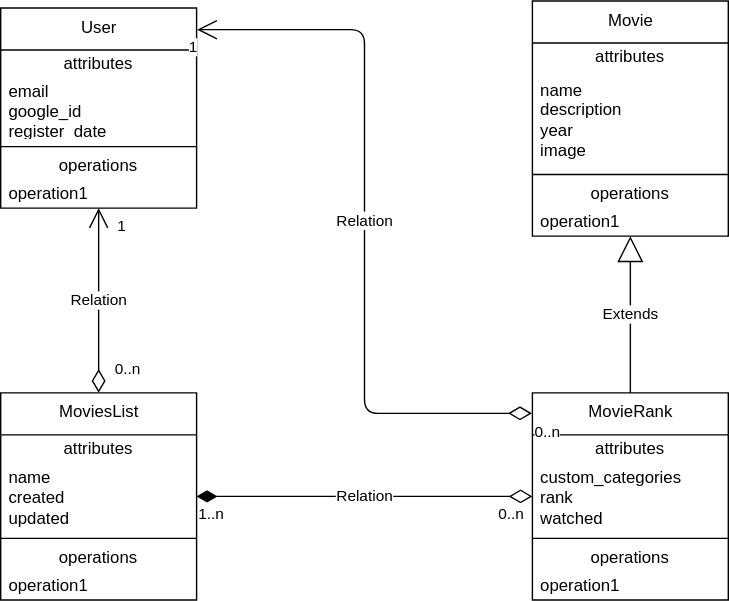
This is MML-Classes.drawio.svg from itamarc/mymovieslist, a draw.io export, as it was before one commit. Source tidied: cells renumbered, new cells last; positions are measured from the earlier drawing's top-left corner, leaving out a move shared by most shapes.
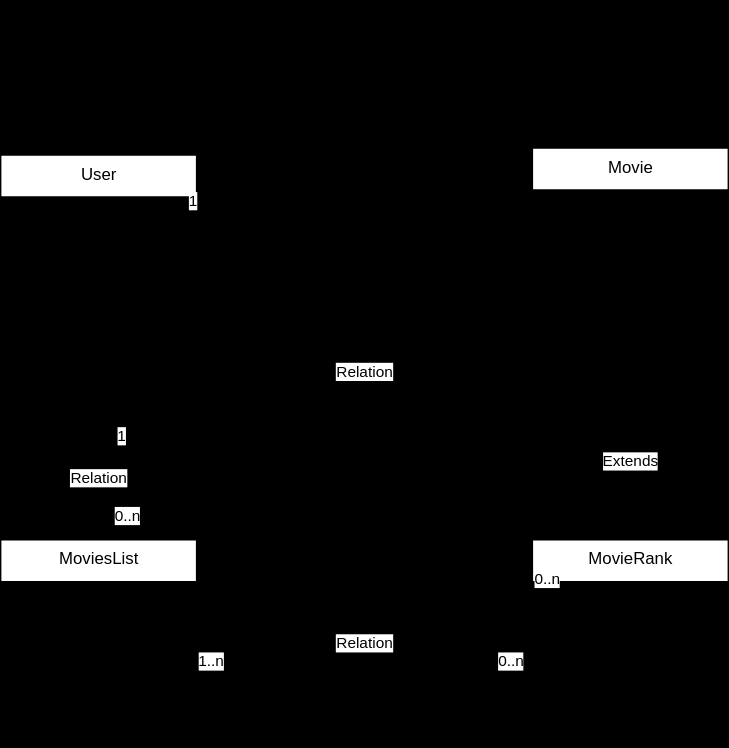
After the change.

Commit message:
Preparing to show the diagram online

What changed in the source:
```diff
@@ -1,24 +1,24 @@
-<mxGraphModel>
+<mxGraphModel background="#000000">
   <root>
     <mxCell id="0" />
     <mxCell id="1" parent="0" />
     <mxCell id="2" value="User" style="swimlane;fontStyle=0;align=center;verticalAlign=top;horizontal=1;startSize=30;html=1;" parent="1" vertex="1">
-      <mxGeometry y="5" width="140" height="143" as="geometry" />
+      <mxGeometry y="5" width="140" height="188" as="geometry" />
     </mxCell>
     <mxCell id="3" value="attributes" style="text;html=1;strokeColor=none;fillColor=none;align=center;verticalAlign=middle;spacingLeft=4;spacingRight=4;overflow=hidden;" parent="2" vertex="1">
       <mxGeometry y="30" width="140" height="20" as="geometry" />
     </mxCell>
-    <mxCell id="4" value="email&lt;br&gt;google_id&lt;br&gt;register_date" style="text;html=1;strokeColor=none;fillColor=none;align=left;verticalAlign=middle;spacingLeft=4;spacingRight=4;overflow=hidden;" parent="2" vertex="1">
-      <mxGeometry y="50" width="140" height="45" as="geometry" />
+    <mxCell id="4" value="name&lt;br&gt;email&lt;br&gt;password&lt;br&gt;google_id&lt;br&gt;avatar_url&lt;br&gt;registered" style="text;html=1;strokeColor=none;fillColor=none;align=left;verticalAlign=middle;spacingLeft=4;spacingRight=4;overflow=hidden;" parent="2" vertex="1">
+      <mxGeometry y="50" width="140" height="90" as="geometry" />
     </mxCell>
     <mxCell id="5" style="line;strokeWidth=1;fillColor=none;align=left;verticalAlign=middle;spacingTop=-1;spacingLeft=3;spacingRight=3;labelPosition=right;" parent="2" vertex="1">
-      <mxGeometry y="95" width="140" height="8" as="geometry" />
+      <mxGeometry y="140" width="140" height="8" as="geometry" />
     </mxCell>
     <mxCell id="6" value="operations" style="text;html=1;strokeColor=none;fillColor=none;align=center;verticalAlign=middle;spacingLeft=4;spacingRight=4;overflow=hidden;" parent="2" vertex="1">
-      <mxGeometry y="103" width="140" height="20" as="geometry" />
+      <mxGeometry y="148" width="140" height="20" as="geometry" />
     </mxCell>
-    <mxCell id="7" value="operation1" style="text;html=1;strokeColor=none;fillColor=none;align=left;verticalAlign=middle;spacingLeft=4;spacingRight=4;overflow=hidden;" parent="2" vertex="1">
-      <mxGeometry y="123" width="140" height="20" as="geometry" />
+    <mxCell id="7" value="CRUD" style="text;html=1;strokeColor=none;fillColor=none;align=left;verticalAlign=middle;spacingLeft=4;spacingRight=4;overflow=hidden;" parent="2" vertex="1">
+      <mxGeometry y="168" width="140" height="20" as="geometry" />
     </mxCell>
     <mxCell id="8" value="MoviesList" style="swimlane;fontStyle=0;align=center;verticalAlign=top;horizontal=1;startSize=30;html=1;" parent="1" vertex="1">
       <mxGeometry y="280" width="140" height="148" as="geometry" />
@@ -35,7 +35,7 @@
     <mxCell id="12" value="operations" style="text;html=1;strokeColor=none;fillColor=none;align=center;verticalAlign=middle;spacingLeft=4;spacingRight=4;overflow=hidden;" parent="8" vertex="1">
       <mxGeometry y="108" width="140" height="20" as="geometry" />
     </mxCell>
-    <mxCell id="13" value="operation1" style="text;html=1;strokeColor=none;fillColor=none;align=left;verticalAlign=middle;spacingLeft=4;spacingRight=4;overflow=hidden;" parent="8" vertex="1">
+    <mxCell id="13" value="CRUD" style="text;html=1;strokeColor=none;fillColor=none;align=left;verticalAlign=middle;spacingLeft=4;spacingRight=4;overflow=hidden;" parent="8" vertex="1">
       <mxGeometry y="128" width="140" height="20" as="geometry" />
     </mxCell>
     <mxCell id="14" value="Movie" style="swimlane;fontStyle=0;align=center;verticalAlign=top;horizontal=1;startSize=30;html=1;" parent="1" vertex="1">
@@ -53,7 +53,7 @@
     <mxCell id="18" value="operations" style="text;html=1;strokeColor=none;fillColor=none;align=center;verticalAlign=middle;spacingLeft=4;spacingRight=4;overflow=hidden;" parent="14" vertex="1">
       <mxGeometry y="128" width="140" height="20" as="geometry" />
     </mxCell>
-    <mxCell id="19" value="operation1" style="text;html=1;strokeColor=none;fillColor=none;align=left;verticalAlign=middle;spacingLeft=4;spacingRight=4;overflow=hidden;" parent="14" vertex="1">
+    <mxCell id="19" value="CR" style="text;html=1;strokeColor=none;fillColor=none;align=left;verticalAlign=middle;spacingLeft=4;spacingRight=4;overflow=hidden;" parent="14" vertex="1">
       <mxGeometry y="148" width="140" height="20" as="geometry" />
     </mxCell>
     <mxCell id="20" value="Relation" style="endArrow=open;html=1;endSize=12;startArrow=diamondThin;startSize=14;startFill=0;edgeStyle=orthogonalEdgeStyle;" parent="1" edge="1" source="8" target="2">
@@ -88,7 +88,7 @@
     <mxCell id="27" value="attributes" style="text;html=1;strokeColor=none;fillColor=none;align=center;verticalAlign=middle;spacingLeft=4;spacingRight=4;overflow=hidden;" parent="26" vertex="1">
       <mxGeometry y="30" width="140" height="20" as="geometry" />
     </mxCell>
-    <mxCell id="28" value="custom_categories&lt;br&gt;rank&lt;br&gt;watched" style="text;html=1;strokeColor=none;fillColor=none;align=left;verticalAlign=middle;spacingLeft=4;spacingRight=4;overflow=hidden;" parent="26" vertex="1">
+    <mxCell id="28" value="rank&lt;br&gt;watched" style="text;html=1;strokeColor=none;fillColor=none;align=left;verticalAlign=middle;spacingLeft=4;spacingRight=4;overflow=hidden;" parent="26" vertex="1">
       <mxGeometry y="50" width="140" height="50" as="geometry" />
     </mxCell>
     <mxCell id="29" style="line;strokeWidth=1;fillColor=none;align=left;verticalAlign=middle;spacingTop=-1;spacingLeft=3;spacingRight=3;labelPosition=right;" parent="26" vertex="1">
@@ -97,7 +97,7 @@
     <mxCell id="30" value="operations" style="text;html=1;strokeColor=none;fillColor=none;align=center;verticalAlign=middle;spacingLeft=4;spacingRight=4;overflow=hidden;" parent="26" vertex="1">
       <mxGeometry y="108" width="140" height="20" as="geometry" />
     </mxCell>
-    <mxCell id="31" value="operation1" style="text;html=1;strokeColor=none;fillColor=none;align=left;verticalAlign=middle;spacingLeft=4;spacingRight=4;overflow=hidden;" parent="26" vertex="1">
+    <mxCell id="31" value="CRUD" style="text;html=1;strokeColor=none;fillColor=none;align=left;verticalAlign=middle;spacingLeft=4;spacingRight=4;overflow=hidden;" parent="26" vertex="1">
       <mxGeometry y="128" width="140" height="20" as="geometry" />
     </mxCell>
     <mxCell id="32" value="Extends" style="endArrow=block;endSize=16;endFill=0;html=1;" parent="1" edge="1" source="26" target="14">
@@ -112,5 +112,11 @@
     <mxCell id="35" value="1" style="edgeLabel;html=1;align=right;verticalAlign=top;" parent="33" vertex="1">
       <mxGeometry x="1" relative="1" as="geometry" />
     </mxCell>
+    <mxCell id="36" value="My Movies List" style="text;html=1;strokeColor=none;fillColor=none;align=center;verticalAlign=middle;whiteSpace=wrap;rounded=0;fontStyle=1;fontSize=25;" parent="1" vertex="1">
+      <mxGeometry y="-105" width="520" height="30" as="geometry" />
+    </mxCell>
+    <mxCell id="37" value="Classes" style="text;html=1;strokeColor=none;fillColor=none;align=center;verticalAlign=middle;whiteSpace=wrap;rounded=0;fontStyle=1;fontSize=20;" parent="1" vertex="1">
+      <mxGeometry y="-65" width="520" height="30" as="geometry" />
+    </mxCell>
   </root>
 </mxGraphModel>
```
